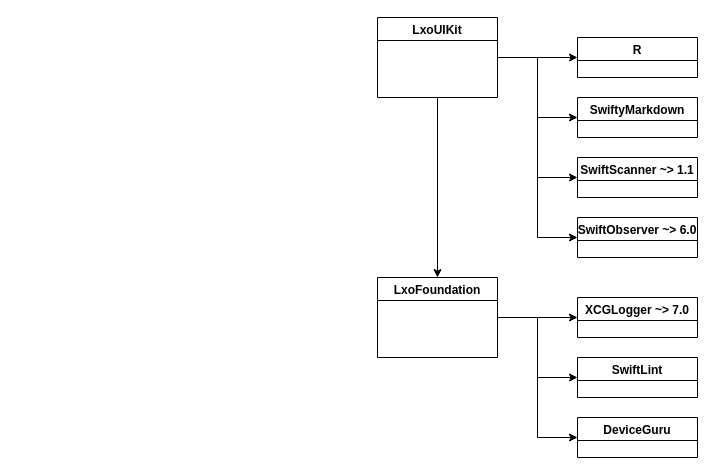
The draw.io diagram Haufe_Framework_Dependencies.drawio in marcoboerner/marcoboerner, before the edit. Source tidied: cells renumbered, new cells numbered last; positions are measured from the earlier drawing's top-left corner, leaving out a move shared by most shapes. Both pictures are drawn from the tidied source at 100%, with x=0, y=0 at pixel (377, 17).
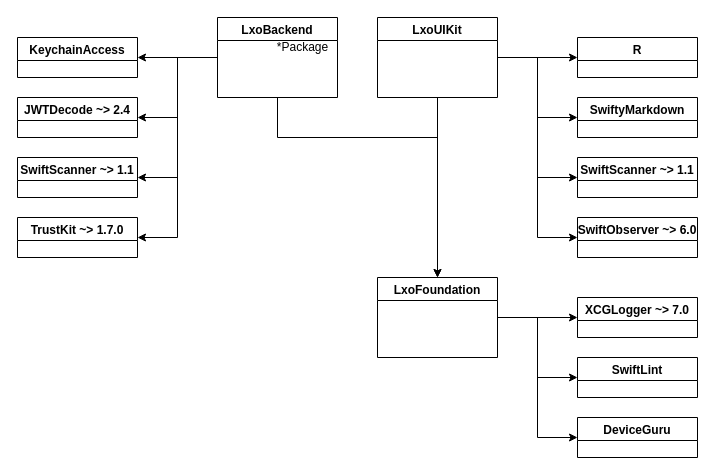
The same page after the edit.

The change refers to these unchanged cells:
```xml
<mxCell id="5" value="LxoFoundation" style="swimlane;" parent="1" vertex="1">
  <mxGeometry y="260" width="120" height="80" as="geometry" />
</mxCell>
```

Change to the diagram source:
```diff
@@
+    <mxCell id="19" style="edgeStyle=orthogonalEdgeStyle;rounded=0;jettySize=auto;html=1;entryX=0.5;entryY=0;entryDx=0;entryDy=0;" parent="1" edge="1" source="24" target="5">
+      <mxGeometry relative="1" as="geometry">
+        <Array as="points">
+          <mxPoint x="-100" y="120" />
+          <mxPoint x="60" y="120" />
+        </Array>
+      </mxGeometry>
+    </mxCell>
+    <mxCell id="20" style="edgeStyle=orthogonalEdgeStyle;rounded=0;jettySize=auto;html=1;entryX=1;entryY=0.5;entryDx=0;entryDy=0;" parent="1" edge="1" source="24" target="29">
+      <mxGeometry relative="1" as="geometry" />
+    </mxCell>
+    <mxCell id="21" style="edgeStyle=orthogonalEdgeStyle;rounded=0;jettySize=auto;html=1;entryX=1;entryY=0.5;entryDx=0;entryDy=0;" parent="1" edge="1" source="24" target="26">
+      <mxGeometry relative="1" as="geometry" />
+    </mxCell>
+    <mxCell id="22" style="edgeStyle=orthogonalEdgeStyle;rounded=0;jettySize=auto;html=1;entryX=1;entryY=0.5;entryDx=0;entryDy=0;" parent="1" edge="1" source="24" target="27">
+      <mxGeometry relative="1" as="geometry" />
+    </mxCell>
+    <mxCell id="23" style="edgeStyle=orthogonalEdgeStyle;rounded=0;jettySize=auto;html=1;entryX=1;entryY=0.5;entryDx=0;entryDy=0;" parent="1" edge="1" source="24" target="28">
+      <mxGeometry relative="1" as="geometry" />
+    </mxCell>
+    <mxCell id="24" value="LxoBackend" style="swimlane;" parent="1" vertex="1">
+      <mxGeometry x="-160" width="120" height="80" as="geometry" />
+    </mxCell>
+    <mxCell id="25" value="*Package" style="text;html=1;align=center;verticalAlign=middle;strokeColor=none;fillColor=none;" parent="24" vertex="1">
+      <mxGeometry x="50" y="20" width="70" height="20" as="geometry" />
+    </mxCell>
+    <mxCell id="26" value="SwiftScanner ~&gt; 1.1" style="swimlane;" parent="1" vertex="1">
+      <mxGeometry x="-360" y="140" width="120" height="40" as="geometry" />
+    </mxCell>
+    <mxCell id="27" value="JWTDecode ~&gt; 2.4" style="swimlane;" parent="1" vertex="1">
+      <mxGeometry x="-360" y="80" width="120" height="40" as="geometry" />
+    </mxCell>
+    <mxCell id="28" value="KeychainAccess" style="swimlane;" parent="1" vertex="1">
+      <mxGeometry x="-360" y="20" width="120" height="40" as="geometry" />
+    </mxCell>
+    <mxCell id="29" value="TrustKit ~&gt; 1.7.0" style="swimlane;" parent="1" vertex="1">
+      <mxGeometry x="-360" y="200" width="120" height="40" as="geometry" />
+    </mxCell>
```
